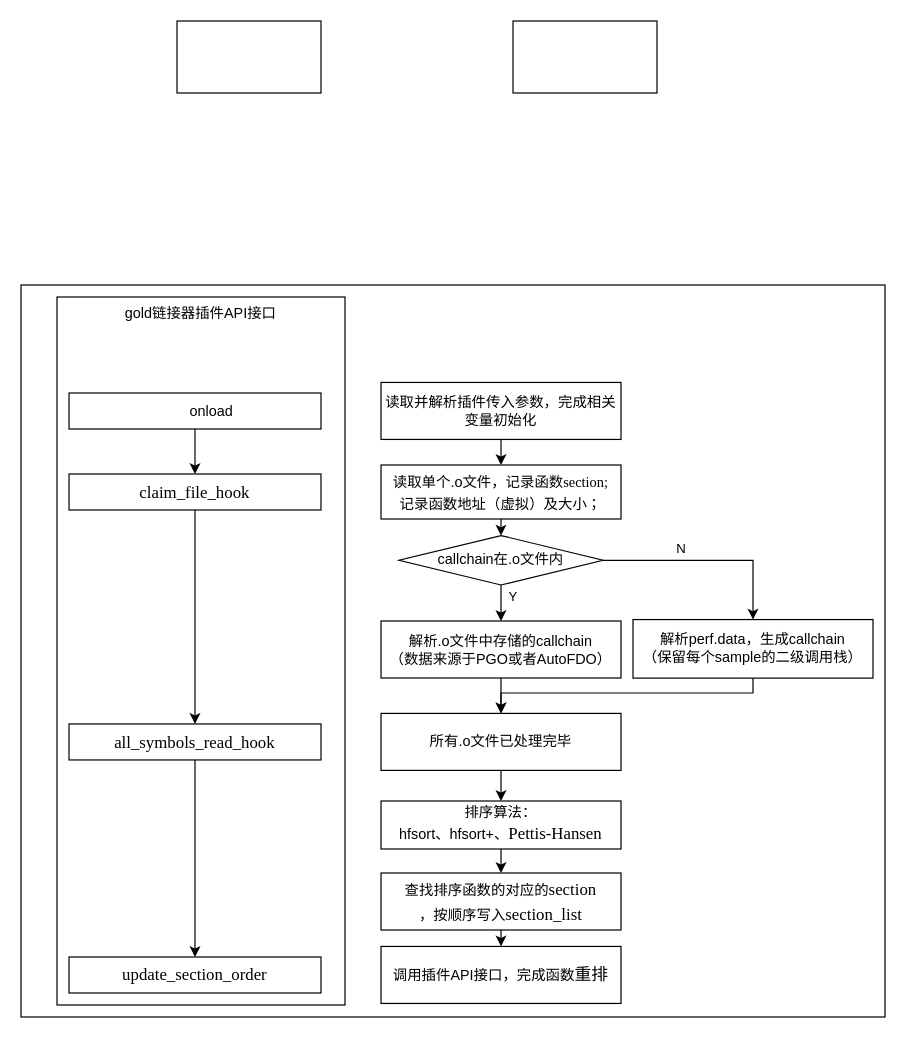
Above: Untitled Diagram.drawio in ijinma/blog (draw.io), before the change. Source tidied: cells renumbered, new cells numbered last; positions are measured from the earlier drawing's top-left corner, leaving out a move shared by most shapes. Both pictures are drawn from the tidied source at 120%, with x=0, y=0 at pixel (20, 20).
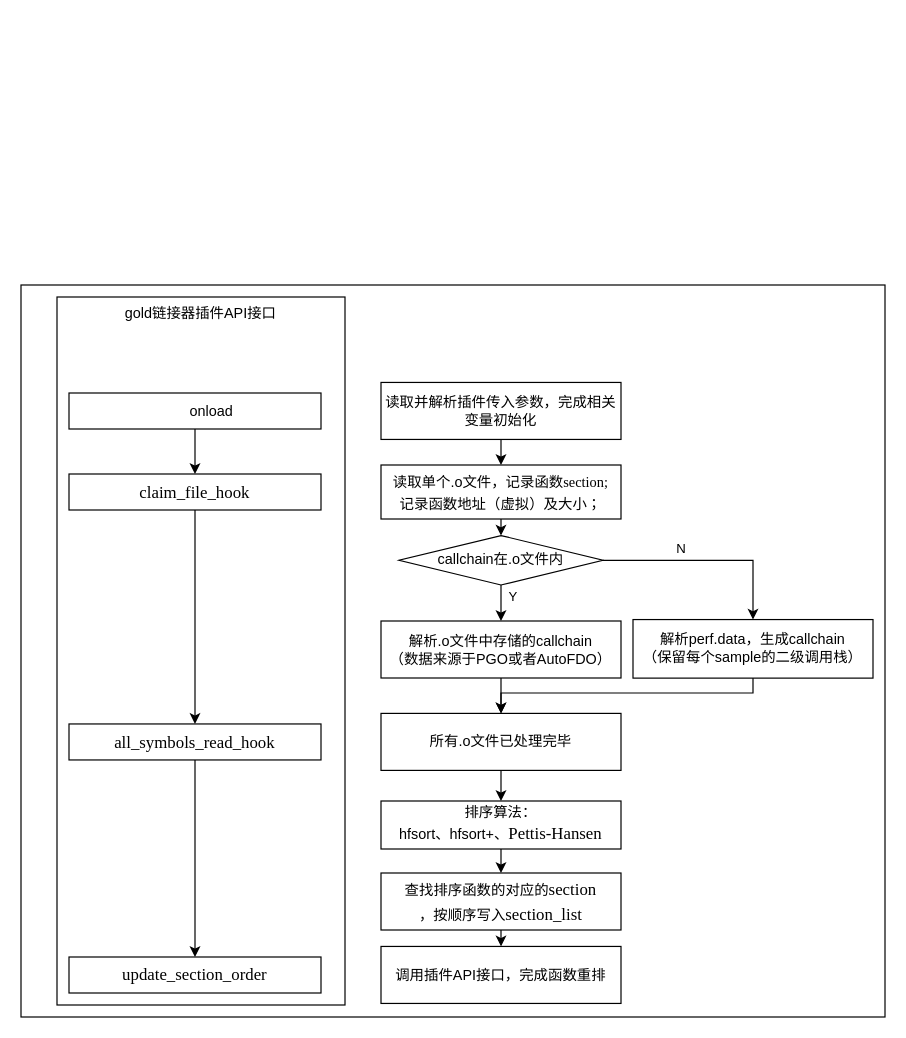
After the change.

Change to the diagram source:
```diff
@@
-    <mxCell id="3" style="rounded=0;whiteSpace=wrap;html=1;align=center;" parent="1" vertex="1">
-      <mxGeometry x="130" width="120" height="60" as="geometry" />
-    </mxCell>
-    <mxCell id="4" style="rounded=0;whiteSpace=wrap;html=1;align=center;" parent="1" vertex="1">
-      <mxGeometry x="410" width="120" height="60" as="geometry" />
-    </mxCell>
@@
-    <mxCell id="26" value="&lt;span lang=&quot;EN-US&quot; style=&quot;line-height: 150%&quot;&gt;调用插件API接口，完成函数&lt;/span&gt;&lt;span style=&quot;font-family: &amp;#34;times new roman&amp;#34; , serif ; font-size: 14px&quot;&gt;重排&lt;/span&gt;" style="rounded=0;whiteSpace=wrap;html=1;align=center;" parent="1" vertex="1">
+    <mxCell id="26" value="&lt;span lang=&quot;EN-US&quot; style=&quot;line-height: 150%&quot;&gt;调用插件API接口，完成函数&lt;/span&gt;&lt;font style=&quot;font-size: 12px&quot;&gt;重排&lt;/font&gt;" style="rounded=0;whiteSpace=wrap;html=1;align=center;" parent="1" vertex="1">
       <mxGeometry x="300" y="771.2" width="200" height="47.5" as="geometry" />
     </mxCell>
```
